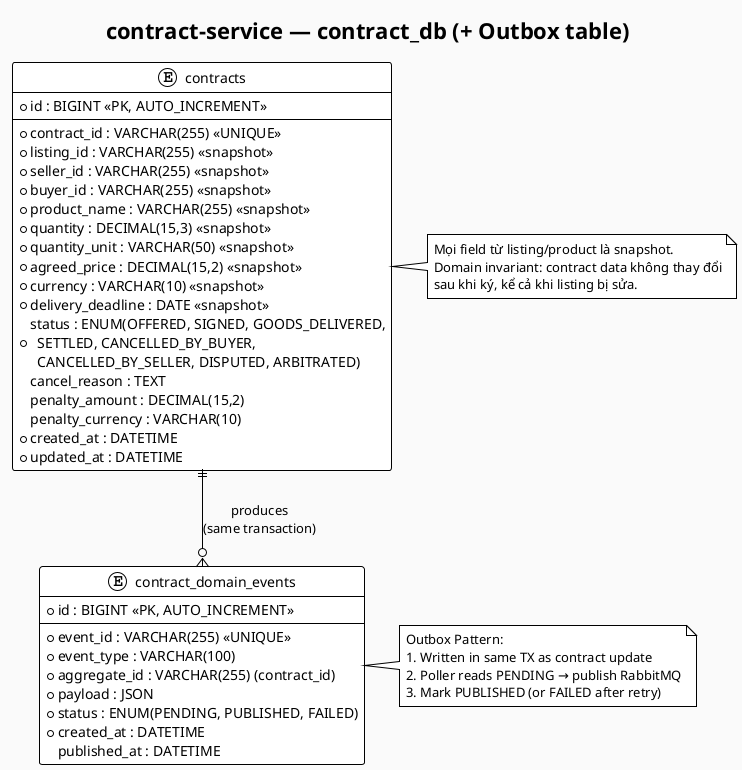
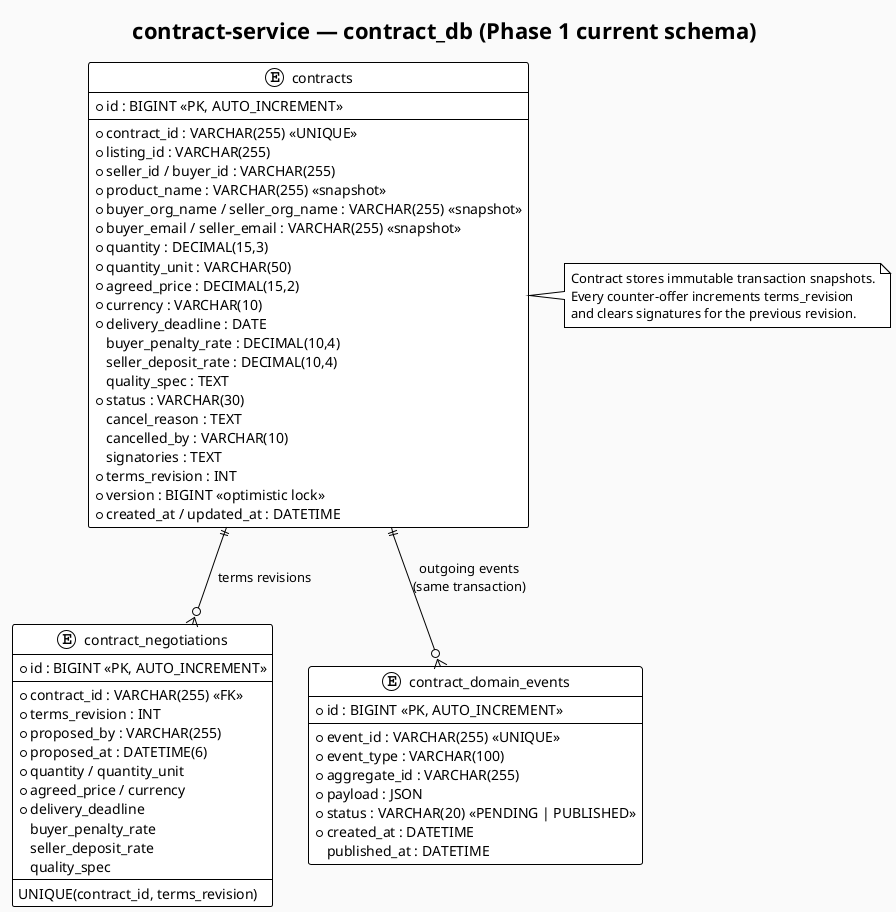
@startuml contract_db Schema
!theme plain
skinparam backgroundColor #FAFAFA
- title contract-service — contract_db (+ Outbox table)
+ title contract-service — contract_db (Phase 1 current schema)

entity "contracts" as C {
    * id : BIGINT <<PK, AUTO_INCREMENT>>
    --
    * contract_id : VARCHAR(255) <<UNIQUE>>
-     * listing_id : VARCHAR(255) <<snapshot>>
-     * seller_id : VARCHAR(255) <<snapshot>>
-     * buyer_id : VARCHAR(255) <<snapshot>>
+     * listing_id : VARCHAR(255)
+     * seller_id / buyer_id : VARCHAR(255)
    * product_name : VARCHAR(255) <<snapshot>>
-     * quantity : DECIMAL(15,3) <<snapshot>>
-     * quantity_unit : VARCHAR(50) <<snapshot>>
-     * agreed_price : DECIMAL(15,2) <<snapshot>>
-     * currency : VARCHAR(10) <<snapshot>>
-     * delivery_deadline : DATE <<snapshot>>
-     * status : ENUM(OFFERED, SIGNED, GOODS_DELIVERED,\n  SETTLED, CANCELLED_BY_BUYER,\n  CANCELLED_BY_SELLER, DISPUTED, ARBITRATED)
+     * buyer_org_name / seller_org_name : VARCHAR(255) <<snapshot>>
+     * buyer_email / seller_email : VARCHAR(255) <<snapshot>>
+     * quantity : DECIMAL(15,3)
+     * quantity_unit : VARCHAR(50)
+     * agreed_price : DECIMAL(15,2)
+     * currency : VARCHAR(10)
+     * delivery_deadline : DATE
+     buyer_penalty_rate : DECIMAL(10,4)
+     seller_deposit_rate : DECIMAL(10,4)
+     quality_spec : TEXT
+     * status : VARCHAR(30)
    cancel_reason : TEXT
-     penalty_amount : DECIMAL(15,2)
-     penalty_currency : VARCHAR(10)
-     * created_at : DATETIME
-     * updated_at : DATETIME
+     cancelled_by : VARCHAR(10)
+     signatories : TEXT
+     * terms_revision : INT
+     * version : BIGINT <<optimistic lock>>
+     * created_at / updated_at : DATETIME
+ }
+ 
+ entity "contract_negotiations" as N {
+     * id : BIGINT <<PK, AUTO_INCREMENT>>
+     --
+     * contract_id : VARCHAR(255) <<FK>>
+     * terms_revision : INT
+     * proposed_by : VARCHAR(255)
+     * proposed_at : DATETIME(6)
+     * quantity / quantity_unit
+     * agreed_price / currency
+     * delivery_deadline
+     buyer_penalty_rate
+     seller_deposit_rate
+     quality_spec
+     --
+     UNIQUE(contract_id, terms_revision)
}

entity "contract_domain_events" as OB {
    * id : BIGINT <<PK, AUTO_INCREMENT>>
    --
    * event_id : VARCHAR(255) <<UNIQUE>>
    * event_type : VARCHAR(100)
-     * aggregate_id : VARCHAR(255) (contract_id)
+     * aggregate_id : VARCHAR(255)
    * payload : JSON
-     * status : ENUM(PENDING, PUBLISHED, FAILED)
+     * status : VARCHAR(20) <<PENDING | PUBLISHED>>
    * created_at : DATETIME
    published_at : DATETIME
}

- C ||--o{ OB : "produces\n(same transaction)"
- 
- note right of OB
-   Outbox Pattern:
-   1. Written in same TX as contract update
-   2. Poller reads PENDING → publish RabbitMQ
-   3. Mark PUBLISHED (or FAILED after retry)
- end note
+ C ||--o{ N : "terms revisions"
+ C ||--o{ OB : "outgoing events\n(same transaction)"

note right of C
-   Mọi field từ listing/product là snapshot.
-   Domain invariant: contract data không thay đổi
-   sau khi ký, kể cả khi listing bị sửa.
+   Contract stores immutable transaction snapshots.
+   Every counter-offer increments terms_revision
+   and clears signatures for the previous revision.
end note

@enduml
